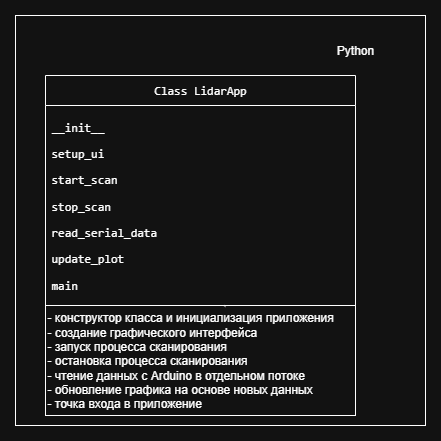
Above: классы.drawio.png in yulia3006/summer (draw.io), before the change. Source tidied: cells renumbered, new cells last; positions are measured from the earlier drawing's top-left corner, leaving out a move shared by most shapes. Source of this version:
```xml
<mxGraphModel>
  <root>
    <mxCell id="0" />
    <mxCell id="1" parent="0" />
    <mxCell id="2" value="&lt;div&gt;&lt;pre style=&quot;font-family: &amp;quot;JetBrains Mono&amp;quot;, monospace;&quot;&gt;&lt;font style=&quot;color: light-dark(rgb(255, 255, 255), rgb(255, 255, 255));&quot;&gt;Class LidarApp&lt;/font&gt;&lt;/pre&gt;&lt;/div&gt;" style="swimlane;fontStyle=0;horizontal=1;startSize=30;whiteSpace=wrap;html=1;" parent="1" vertex="1">
      <mxGeometry x="30" y="60" width="310" height="230" as="geometry" />
    </mxCell>
    <mxCell id="3" value="&lt;pre style=&quot;font-family: &amp;quot;JetBrains Mono&amp;quot;, monospace;&quot;&gt;&lt;span style=&quot;background-color: light-dark(#ffffff, var(--ge-dark-color, #121212));&quot;&gt;&lt;font style=&quot;color: light-dark(rgb(255, 255, 255), rgb(255, 255, 255));&quot;&gt;__init__&lt;/font&gt;&lt;/span&gt;&lt;/pre&gt;&lt;pre style=&quot;font-family: &amp;quot;JetBrains Mono&amp;quot;, monospace;&quot;&gt;&lt;pre style=&quot;font-family: &amp;quot;JetBrains Mono&amp;quot;, monospace;&quot;&gt;&lt;span style=&quot;background-color: light-dark(#ffffff, var(--ge-dark-color, #121212));&quot;&gt;&lt;font style=&quot;color: light-dark(rgb(255, 255, 255), rgb(255, 255, 255));&quot;&gt;setup_ui&lt;/font&gt;&lt;/span&gt;&lt;/pre&gt;&lt;pre style=&quot;font-family: &amp;quot;JetBrains Mono&amp;quot;, monospace;&quot;&gt;&lt;pre style=&quot;font-family: &amp;quot;JetBrains Mono&amp;quot;, monospace;&quot;&gt;&lt;span style=&quot;background-color: light-dark(#ffffff, var(--ge-dark-color, #121212));&quot;&gt;&lt;font style=&quot;color: light-dark(rgb(255, 255, 255), rgb(255, 255, 255));&quot;&gt;start_scan&lt;/font&gt;&lt;/span&gt;&lt;/pre&gt;&lt;pre style=&quot;font-family: &amp;quot;JetBrains Mono&amp;quot;, monospace;&quot;&gt;&lt;pre style=&quot;font-family: &amp;quot;JetBrains Mono&amp;quot;, monospace;&quot;&gt;&lt;span style=&quot;background-color: light-dark(#ffffff, var(--ge-dark-color, #121212));&quot;&gt;&lt;font style=&quot;color: light-dark(rgb(255, 255, 255), rgb(255, 255, 255));&quot;&gt;stop_scan&lt;/font&gt;&lt;/span&gt;&lt;/pre&gt;&lt;pre style=&quot;font-family: &amp;quot;JetBrains Mono&amp;quot;, monospace;&quot;&gt;&lt;pre style=&quot;font-family: &amp;quot;JetBrains Mono&amp;quot;, monospace;&quot;&gt;&lt;span style=&quot;background-color: light-dark(#ffffff, var(--ge-dark-color, #121212));&quot;&gt;&lt;font style=&quot;color: light-dark(rgb(255, 255, 255), rgb(255, 255, 255));&quot;&gt;read_serial_data&lt;/font&gt;&lt;/span&gt;&lt;/pre&gt;&lt;pre style=&quot;font-family: &amp;quot;JetBrains Mono&amp;quot;, monospace;&quot;&gt;&lt;pre style=&quot;font-family: &amp;quot;JetBrains Mono&amp;quot;, monospace;&quot;&gt;&lt;span style=&quot;background-color: light-dark(#ffffff, var(--ge-dark-color, #121212));&quot;&gt;&lt;font style=&quot;color: light-dark(rgb(255, 255, 255), rgb(255, 255, 255));&quot;&gt;update_plot&lt;/font&gt;&lt;/span&gt;&lt;/pre&gt;&lt;pre style=&quot;font-family: &amp;quot;JetBrains Mono&amp;quot;, monospace;&quot;&gt;&lt;pre style=&quot;font-family: &amp;quot;JetBrains Mono&amp;quot;, monospace;&quot;&gt;&lt;font style=&quot;color: light-dark(rgb(255, 255, 255), rgb(255, 255, 255)); background-color: light-dark(#ffffff, var(--ge-dark-color, #121212));&quot;&gt;main&lt;/font&gt;&lt;/pre&gt;&lt;/pre&gt;&lt;/pre&gt;&lt;/pre&gt;&lt;/pre&gt;&lt;/pre&gt;&lt;/pre&gt;" style="text;strokeColor=none;fillColor=none;align=left;verticalAlign=middle;spacingLeft=4;spacingRight=4;overflow=hidden;whiteSpace=wrap;html=1;" parent="2" vertex="1">
      <mxGeometry y="30" width="310" height="200" as="geometry" />
    </mxCell>
    <mxCell id="4" style="endArrow=none;html=1;rounded=0;entryX=0.996;entryY=0.039;entryDx=0;entryDy=0;entryPerimeter=0;" parent="2" edge="1" source="6">
      <mxGeometry relative="1" as="geometry">
        <mxPoint x="179.3" y="231.2" as="targetPoint" />
      </mxGeometry>
    </mxCell>
    <mxCell id="5" style="endArrow=none;html=1;rounded=0;entryX=1;entryY=0;entryDx=0;entryDy=0;" parent="2" edge="1" target="6">
      <mxGeometry relative="1" as="geometry">
        <mxPoint x="180" y="230" as="sourcePoint" />
      </mxGeometry>
    </mxCell>
    <mxCell id="6" value="&lt;div&gt;- конструктор класса и инициализация приложения&lt;/div&gt;- создание графического интерфейса&lt;div&gt;- запуск процесса сканирования&lt;/div&gt;&lt;div&gt;- остановка процесса сканирования&lt;/div&gt;&lt;div&gt;- чтение данных с Arduino в отдельном потоке&lt;/div&gt;&lt;div&gt;- обновление графика на основе новых данных&lt;/div&gt;&lt;div&gt;- точка входа в приложение&lt;/div&gt;" style="text;html=1;align=left;verticalAlign=middle;whiteSpace=wrap;rounded=0;" parent="1" vertex="1">
      <mxGeometry x="30" y="290" width="310" height="110" as="geometry" />
    </mxCell>
    <mxCell id="7" style="rounded=0;whiteSpace=wrap;html=1;fillColor=none;" parent="1" vertex="1">
      <mxGeometry x="30" y="290" width="310" height="110" as="geometry" />
    </mxCell>
    <mxCell id="8" style="whiteSpace=wrap;html=1;fillColor=none;" parent="1" vertex="1">
      <mxGeometry width="410" height="410" as="geometry" />
    </mxCell>
    <mxCell id="9" value="Python" style="text;html=1;align=center;verticalAlign=middle;whiteSpace=wrap;rounded=0;" parent="1" vertex="1">
      <mxGeometry x="310" y="20" width="60" height="30" as="geometry" />
    </mxCell>
  </root>
</mxGraphModel>
```
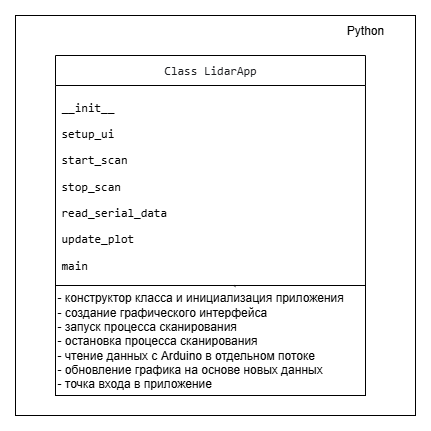
After the commit.

Change to the diagram source:
```diff
@@ -2,10 +2,10 @@
   <root>
     <mxCell id="0" />
     <mxCell id="1" parent="0" />
-    <mxCell id="2" value="&lt;div&gt;&lt;pre style=&quot;font-family: &amp;quot;JetBrains Mono&amp;quot;, monospace;&quot;&gt;&lt;font style=&quot;color: light-dark(rgb(255, 255, 255), rgb(255, 255, 255));&quot;&gt;Class LidarApp&lt;/font&gt;&lt;/pre&gt;&lt;/div&gt;" style="swimlane;fontStyle=0;horizontal=1;startSize=30;whiteSpace=wrap;html=1;" parent="1" vertex="1">
+    <mxCell id="2" value="&lt;div&gt;&lt;pre style=&quot;font-family: &amp;quot;JetBrains Mono&amp;quot;, monospace;&quot;&gt;&lt;font style=&quot;color: light-dark(rgb(30, 31, 34), rgb(0, 0, 0));&quot;&gt;Class LidarApp&lt;/font&gt;&lt;/pre&gt;&lt;/div&gt;" style="swimlane;fontStyle=0;horizontal=1;startSize=30;whiteSpace=wrap;html=1;" parent="1" vertex="1">
       <mxGeometry x="30" y="60" width="310" height="230" as="geometry" />
     </mxCell>
-    <mxCell id="3" value="&lt;pre style=&quot;font-family: &amp;quot;JetBrains Mono&amp;quot;, monospace;&quot;&gt;&lt;span style=&quot;background-color: light-dark(#ffffff, var(--ge-dark-color, #121212));&quot;&gt;&lt;font style=&quot;color: light-dark(rgb(255, 255, 255), rgb(255, 255, 255));&quot;&gt;__init__&lt;/font&gt;&lt;/span&gt;&lt;/pre&gt;&lt;pre style=&quot;font-family: &amp;quot;JetBrains Mono&amp;quot;, monospace;&quot;&gt;&lt;pre style=&quot;font-family: &amp;quot;JetBrains Mono&amp;quot;, monospace;&quot;&gt;&lt;span style=&quot;background-color: light-dark(#ffffff, var(--ge-dark-color, #121212));&quot;&gt;&lt;font style=&quot;color: light-dark(rgb(255, 255, 255), rgb(255, 255, 255));&quot;&gt;setup_ui&lt;/font&gt;&lt;/span&gt;&lt;/pre&gt;&lt;pre style=&quot;font-family: &amp;quot;JetBrains Mono&amp;quot;, monospace;&quot;&gt;&lt;pre style=&quot;font-family: &amp;quot;JetBrains Mono&amp;quot;, monospace;&quot;&gt;&lt;span style=&quot;background-color: light-dark(#ffffff, var(--ge-dark-color, #121212));&quot;&gt;&lt;font style=&quot;color: light-dark(rgb(255, 255, 255), rgb(255, 255, 255));&quot;&gt;start_scan&lt;/font&gt;&lt;/span&gt;&lt;/pre&gt;&lt;pre style=&quot;font-family: &amp;quot;JetBrains Mono&amp;quot;, monospace;&quot;&gt;&lt;pre style=&quot;font-family: &amp;quot;JetBrains Mono&amp;quot;, monospace;&quot;&gt;&lt;span style=&quot;background-color: light-dark(#ffffff, var(--ge-dark-color, #121212));&quot;&gt;&lt;font style=&quot;color: light-dark(rgb(255, 255, 255), rgb(255, 255, 255));&quot;&gt;stop_scan&lt;/font&gt;&lt;/span&gt;&lt;/pre&gt;&lt;pre style=&quot;font-family: &amp;quot;JetBrains Mono&amp;quot;, monospace;&quot;&gt;&lt;pre style=&quot;font-family: &amp;quot;JetBrains Mono&amp;quot;, monospace;&quot;&gt;&lt;span style=&quot;background-color: light-dark(#ffffff, var(--ge-dark-color, #121212));&quot;&gt;&lt;font style=&quot;color: light-dark(rgb(255, 255, 255), rgb(255, 255, 255));&quot;&gt;read_serial_data&lt;/font&gt;&lt;/span&gt;&lt;/pre&gt;&lt;pre style=&quot;font-family: &amp;quot;JetBrains Mono&amp;quot;, monospace;&quot;&gt;&lt;pre style=&quot;font-family: &amp;quot;JetBrains Mono&amp;quot;, monospace;&quot;&gt;&lt;span style=&quot;background-color: light-dark(#ffffff, var(--ge-dark-color, #121212));&quot;&gt;&lt;font style=&quot;color: light-dark(rgb(255, 255, 255), rgb(255, 255, 255));&quot;&gt;update_plot&lt;/font&gt;&lt;/span&gt;&lt;/pre&gt;&lt;pre style=&quot;font-family: &amp;quot;JetBrains Mono&amp;quot;, monospace;&quot;&gt;&lt;pre style=&quot;font-family: &amp;quot;JetBrains Mono&amp;quot;, monospace;&quot;&gt;&lt;font style=&quot;color: light-dark(rgb(255, 255, 255), rgb(255, 255, 255)); background-color: light-dark(#ffffff, var(--ge-dark-color, #121212));&quot;&gt;main&lt;/font&gt;&lt;/pre&gt;&lt;/pre&gt;&lt;/pre&gt;&lt;/pre&gt;&lt;/pre&gt;&lt;/pre&gt;&lt;/pre&gt;" style="text;strokeColor=none;fillColor=none;align=left;verticalAlign=middle;spacingLeft=4;spacingRight=4;overflow=hidden;whiteSpace=wrap;html=1;" parent="2" vertex="1">
+    <mxCell id="3" value="&lt;pre style=&quot;font-family: &amp;quot;JetBrains Mono&amp;quot;, monospace;&quot;&gt;&lt;span style=&quot;background-color: light-dark(#ffffff, var(--ge-dark-color, #121212));&quot;&gt;&lt;font style=&quot;&quot;&gt;__init__&lt;/font&gt;&lt;/span&gt;&lt;/pre&gt;&lt;pre style=&quot;font-family: &amp;quot;JetBrains Mono&amp;quot;, monospace;&quot;&gt;&lt;pre style=&quot;font-family: &amp;quot;JetBrains Mono&amp;quot;, monospace;&quot;&gt;&lt;span style=&quot;background-color: light-dark(#ffffff, var(--ge-dark-color, #121212));&quot;&gt;&lt;font style=&quot;&quot;&gt;setup_ui&lt;/font&gt;&lt;/span&gt;&lt;/pre&gt;&lt;pre style=&quot;font-family: &amp;quot;JetBrains Mono&amp;quot;, monospace;&quot;&gt;&lt;pre style=&quot;font-family: &amp;quot;JetBrains Mono&amp;quot;, monospace;&quot;&gt;&lt;span style=&quot;background-color: light-dark(#ffffff, var(--ge-dark-color, #121212));&quot;&gt;&lt;font style=&quot;&quot;&gt;start_scan&lt;/font&gt;&lt;/span&gt;&lt;/pre&gt;&lt;pre style=&quot;font-family: &amp;quot;JetBrains Mono&amp;quot;, monospace;&quot;&gt;&lt;pre style=&quot;font-family: &amp;quot;JetBrains Mono&amp;quot;, monospace;&quot;&gt;&lt;span style=&quot;background-color: light-dark(#ffffff, var(--ge-dark-color, #121212));&quot;&gt;&lt;font style=&quot;&quot;&gt;stop_scan&lt;/font&gt;&lt;/span&gt;&lt;/pre&gt;&lt;pre style=&quot;font-family: &amp;quot;JetBrains Mono&amp;quot;, monospace;&quot;&gt;&lt;pre style=&quot;font-family: &amp;quot;JetBrains Mono&amp;quot;, monospace;&quot;&gt;&lt;span style=&quot;background-color: light-dark(#ffffff, var(--ge-dark-color, #121212));&quot;&gt;&lt;font style=&quot;&quot;&gt;read_serial_data&lt;/font&gt;&lt;/span&gt;&lt;/pre&gt;&lt;pre style=&quot;font-family: &amp;quot;JetBrains Mono&amp;quot;, monospace;&quot;&gt;&lt;pre style=&quot;font-family: &amp;quot;JetBrains Mono&amp;quot;, monospace;&quot;&gt;&lt;span style=&quot;background-color: light-dark(#ffffff, var(--ge-dark-color, #121212));&quot;&gt;&lt;font style=&quot;&quot;&gt;update_plot&lt;/font&gt;&lt;/span&gt;&lt;/pre&gt;&lt;pre style=&quot;font-family: &amp;quot;JetBrains Mono&amp;quot;, monospace;&quot;&gt;&lt;pre style=&quot;font-family: &amp;quot;JetBrains Mono&amp;quot;, monospace;&quot;&gt;&lt;font style=&quot;background-color: light-dark(#ffffff, var(--ge-dark-color, #121212));&quot;&gt;main&lt;/font&gt;&lt;/pre&gt;&lt;/pre&gt;&lt;/pre&gt;&lt;/pre&gt;&lt;/pre&gt;&lt;/pre&gt;&lt;/pre&gt;" style="text;strokeColor=none;fillColor=none;align=left;verticalAlign=middle;spacingLeft=4;spacingRight=4;overflow=hidden;whiteSpace=wrap;html=1;fontColor=default;" parent="2" vertex="1">
       <mxGeometry y="30" width="310" height="200" as="geometry" />
     </mxCell>
     <mxCell id="4" style="endArrow=none;html=1;rounded=0;entryX=0.996;entryY=0.039;entryDx=0;entryDy=0;entryPerimeter=0;" parent="2" edge="1" source="6">
@@ -24,11 +24,11 @@
     <mxCell id="7" style="rounded=0;whiteSpace=wrap;html=1;fillColor=none;" parent="1" vertex="1">
       <mxGeometry x="30" y="290" width="310" height="110" as="geometry" />
     </mxCell>
-    <mxCell id="8" style="whiteSpace=wrap;html=1;fillColor=none;" parent="1" vertex="1">
-      <mxGeometry width="410" height="410" as="geometry" />
-    </mxCell>
     <mxCell id="9" value="Python" style="text;html=1;align=center;verticalAlign=middle;whiteSpace=wrap;rounded=0;" parent="1" vertex="1">
       <mxGeometry x="310" y="20" width="60" height="30" as="geometry" />
     </mxCell>
+    <mxCell id="10" style="whiteSpace=wrap;html=1;fillColor=none;" parent="1" vertex="1">
+      <mxGeometry x="-10" y="20" width="400" height="400" as="geometry" />
+    </mxCell>
   </root>
 </mxGraphModel>
```
